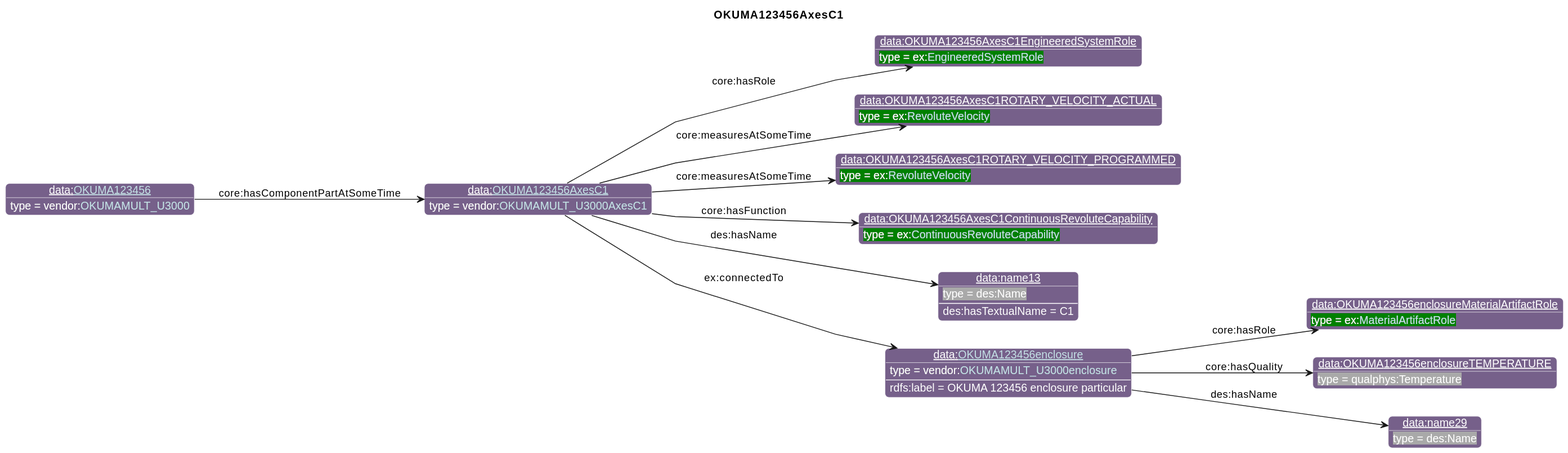
Earlier version of the PlantUML export diagrams/OKUMA123456AxesC1.svg (iofoundry/example-syseng-mtconnect). Its diagram source:
```plantuml
@startuml
!include ../iof.iuml

<style>
object {
  HyperlinkColor #C4E1E6
}
</style>

left to right direction
skinparam linetype polyline
title OKUMA123456AxesC1

!$default_direction = down

!$namespace_colors = { "bfo":"DFA702",
                      "iof":"1E90FF",
                      "ns":"Green",
                      "ns1":"76608A",
                      "core":"000000",
                      "ex":"Green",
                      "data":"76608A",
                      "vendor":"76608A",
                      "units":"8A2D3B",
                      "cmns-dsg":"3A0519",
                      "qp":"641B2E"
      }
individual(o0, data:[[./OKUMA123456AxesC1.html OKUMA123456AxesC1]], vendor:[[../OKUMA.html#OKUMAMULT_U3000AxesC1 OKUMAMULT_U3000AxesC1]])
individual(o1, data:OKUMA123456AxesC1EngineeredSystemRole, ex:[[../Example.html#EngineeredSystemRole EngineeredSystemRole]])
individual(o2, data:OKUMA123456AxesC1ROTARY_VELOCITY_ACTUAL, ex:[[../Example.html#RevoluteVelocity RevoluteVelocity]])
individual(o3, data:OKUMA123456AxesC1ROTARY_VELOCITY_PROGRAMMED, ex:[[../Example.html#RevoluteVelocity RevoluteVelocity]])
individual(o4, data:OKUMA123456AxesC1ContinuousRevoluteCapability, ex:[[../Example.html#ContinuousRevoluteCapability ContinuousRevoluteCapability]])
individual(o5, data:name13, des:Name)
individual(o6, data:[[./OKUMA123456enclosure.html OKUMA123456enclosure]], vendor:[[../OKUMA.html#OKUMAMULT_U3000enclosure OKUMAMULT_U3000enclosure]])
individual(o7, data:OKUMA123456enclosureMaterialArtifactRole, ex:[[../Example.html#MaterialArtifactRole MaterialArtifactRole]])
individual(o8, data:OKUMA123456enclosureTEMPERATURE, qualphys:Temperature)
individual(o9, data:name29, des:Name)
individual(o10, data:[[./OKUMA123456.html OKUMA123456]], vendor:[[../OKUMA.html#OKUMAMULT_U3000 OKUMAMULT_U3000]])
property(o0, "core:hasRole", o1)
property(o0, "core:measuresAtSomeTime", o2)
property(o0, "core:measuresAtSomeTime", o3)
property(o0, "core:hasFunction", o4)
property(o0, "des:hasName", o5)
data(o5, "des:hasTextualName", "C1")
property(o0, "ex:connectedTo", o6)
data(o6, "rdfs:label", "OKUMA 123456 enclosure particular")
property(o6, "core:hasRole", o7)
property(o6, "core:hasQuality", o8)
property(o6, "des:hasName", o9)
property(o10, "core:hasComponentPartAtSomeTime", o0)
@enduml
```
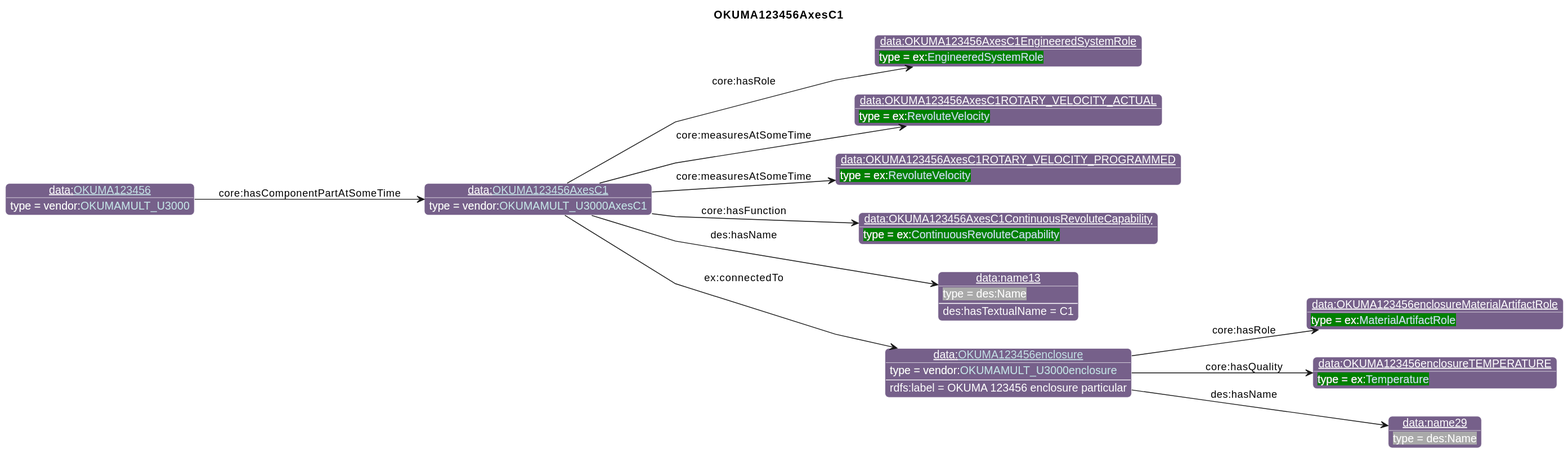
The same diagram one commit later.

Diff of the diagram source:
```diff
@@ -33,7 +33,7 @@
 individual(o5, data:name13, des:Name)
 individual(o6, data:[[./OKUMA123456enclosure.html OKUMA123456enclosure]], vendor:[[../OKUMA.html#OKUMAMULT_U3000enclosure OKUMAMULT_U3000enclosure]])
 individual(o7, data:OKUMA123456enclosureMaterialArtifactRole, ex:[[../Example.html#MaterialArtifactRole MaterialArtifactRole]])
-individual(o8, data:OKUMA123456enclosureTEMPERATURE, qualphys:Temperature)
+individual(o8, data:OKUMA123456enclosureTEMPERATURE, ex:[[../Example.html#Temperature Temperature]])
 individual(o9, data:name29, des:Name)
 individual(o10, data:[[./OKUMA123456.html OKUMA123456]], vendor:[[../OKUMA.html#OKUMAMULT_U3000 OKUMAMULT_U3000]])
 property(o0, "core:hasRole", o1)
```
